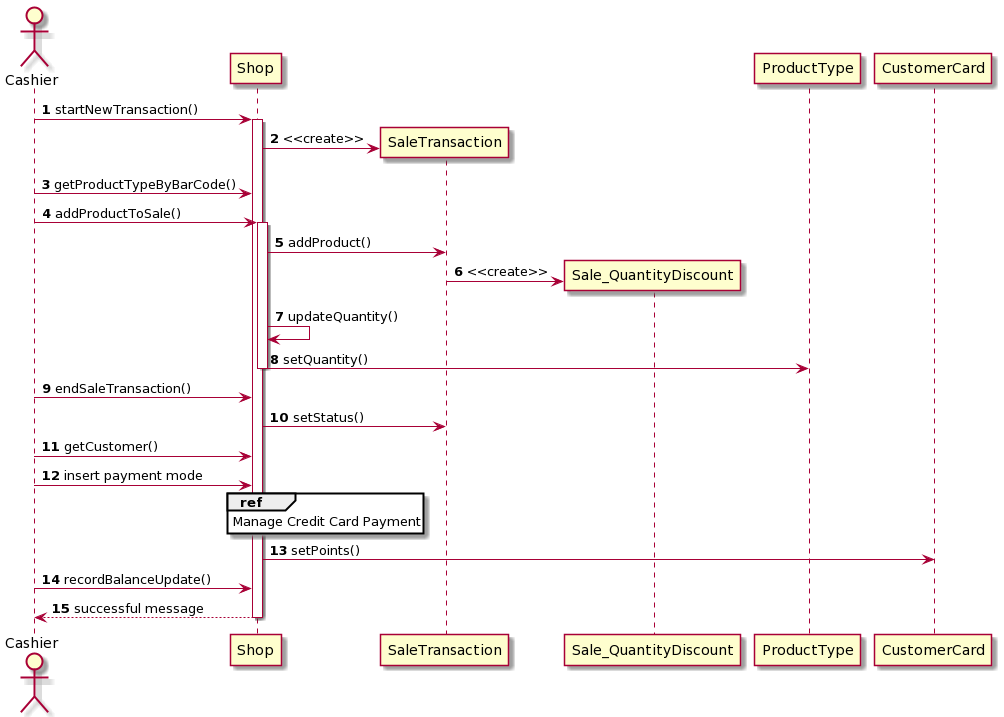
Earlier version of the PlantUML export Deliverables/Diagrams/Design/6-4-SaleTransactionCompleted-LoyaltyAccount.png (giuliadascenzi/ezshop_SEproject). Source of this version:
```plantuml
@startuml
autonumber
actor Cashier
Cashier -> Shop ++ : startNewTransaction()
Shop -> SaleTransaction ** : <<create>>
Cashier -> Shop : getProductTypeByBarCode()
Cashier -> Shop ++ : addProductToSale()
Shop -> SaleTransaction : addProduct()
SaleTransaction -> Sale_QuantityDiscount ** : <<create>>
Shop -> Shop : updateQuantity()
Shop -> ProductType -- : setQuantity()
Cashier -> Shop : endSaleTransaction()
Shop -> SaleTransaction : setStatus()
Cashier -> Shop : getCustomer()
Cashier -> Shop : insert payment mode
ref over Shop : Manage Credit Card Payment
Shop -> CustomerCard : setPoints()
Cashier -> Shop : recordBalanceUpdate()
Shop --> Cashier -- : successful message
@enduml
```
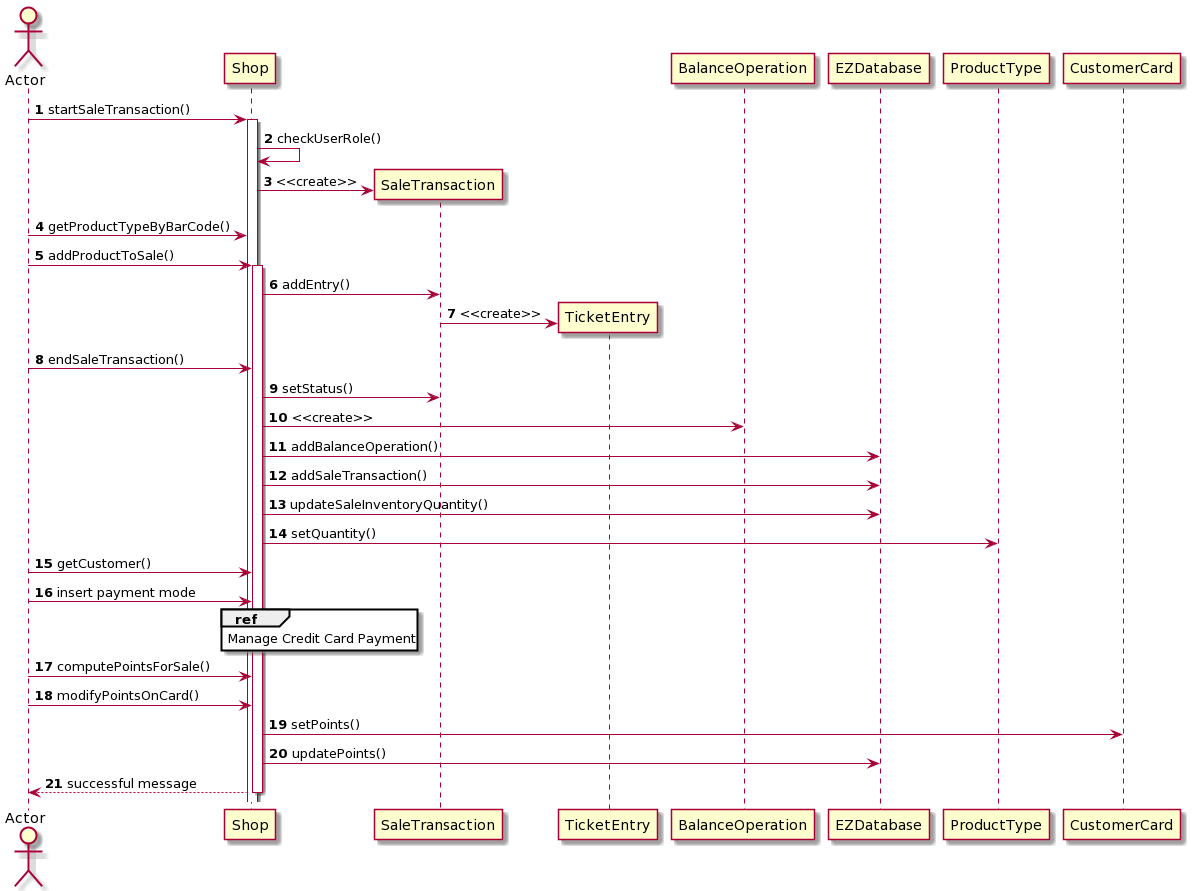
The same file after the commit.

What changed in the source:
```diff
@@ -1,20 +1,26 @@
 @startuml
 autonumber
-actor Cashier
-Cashier -> Shop ++ : startNewTransaction()
+actor Actor
+Actor -> Shop ++ : startSaleTransaction()
+Shop-> Shop: checkUserRole()
 Shop -> SaleTransaction ** : <<create>>
-Cashier -> Shop : getProductTypeByBarCode()
-Cashier -> Shop ++ : addProductToSale()
-Shop -> SaleTransaction : addProduct()
-SaleTransaction -> Sale_QuantityDiscount ** : <<create>>
-Shop -> Shop : updateQuantity()
-Shop -> ProductType -- : setQuantity()
-Cashier -> Shop : endSaleTransaction()
+Actor -> Shop : getProductTypeByBarCode()
+Actor -> Shop ++ : addProductToSale()
+Shop -> SaleTransaction : addEntry()
+SaleTransaction -> TicketEntry ** : <<create>>
+Actor -> Shop : endSaleTransaction()
 Shop -> SaleTransaction : setStatus()
-Cashier -> Shop : getCustomer()
-Cashier -> Shop : insert payment mode
+Shop -> BalanceOperation : <<create>>
+Shop ->EZDatabase: addBalanceOperation()
+Shop ->EZDatabase: addSaleTransaction()
+Shop ->EZDatabase: updateSaleInventoryQuantity()
+Shop ->ProductType: setQuantity()
+Actor -> Shop : getCustomer()
+Actor -> Shop : insert payment mode
 ref over Shop : Manage Credit Card Payment
+Actor -> Shop : computePointsForSale()
+Actor -> Shop : modifyPointsOnCard()
 Shop -> CustomerCard : setPoints()
-Cashier -> Shop : recordBalanceUpdate()
-Shop --> Cashier -- : successful message
+Shop -> EZDatabase: updatePoints()
+Shop --> Actor -- : successful message
 @enduml
```
